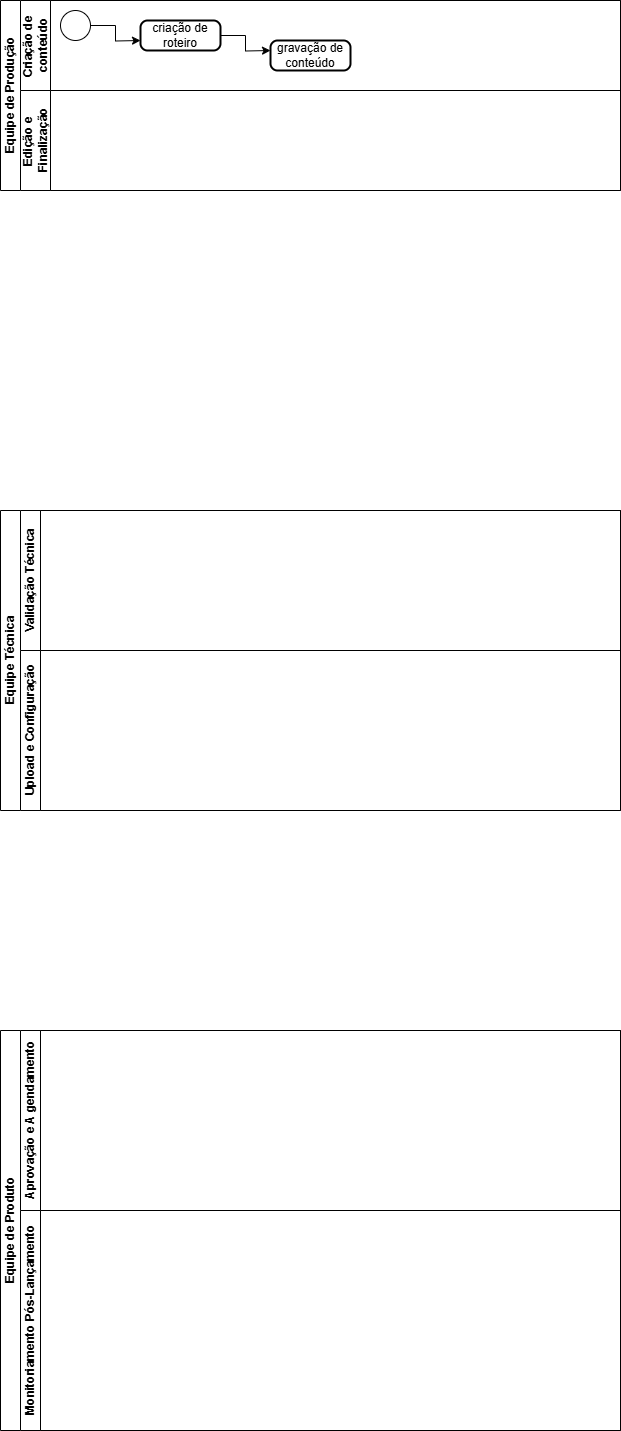
Before: Diagrama 2.0.drawio.png, a diagram exported from draw.io (Andynlx01/fluxograma.aprensa-o). Source tidied: cells renumbered, new cells last; positions are measured from the earlier drawing's top-left corner, leaving out a move shared by most shapes.
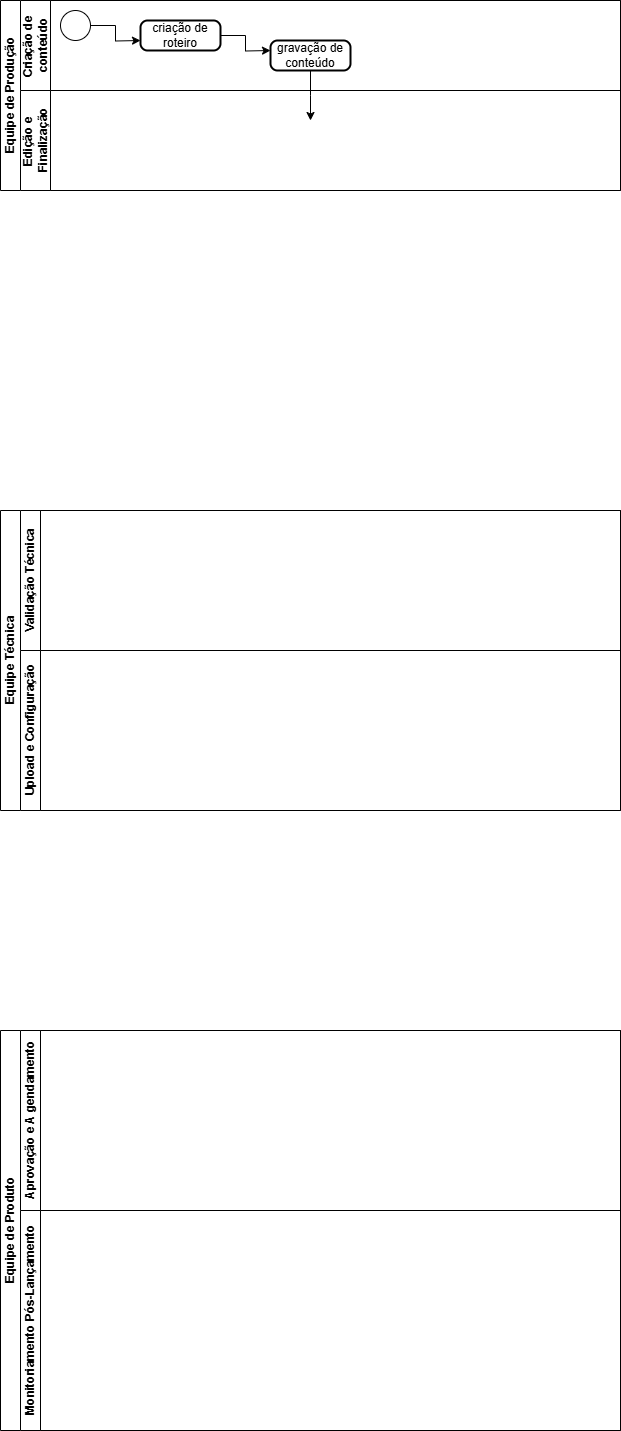
The same diagram one commit later.

The edit, as a diff of the source:
```diff
@@ -24,6 +24,11 @@
     <mxCell id="7" value="criação de roteiro" style="rounded=1;whiteSpace=wrap;html=1;absoluteArcSize=1;arcSize=14;strokeWidth=2;" parent="3" vertex="1">
       <mxGeometry x="120" y="20" width="80" height="30" as="geometry" />
     </mxCell>
+    <mxCell id="16" style="edgeStyle=orthogonalEdgeStyle;rounded=0;jettySize=auto;html=1;" parent="3" edge="1" source="8">
+      <mxGeometry relative="1" as="geometry">
+        <mxPoint x="290" y="120" as="targetPoint" />
+      </mxGeometry>
+    </mxCell>
     <mxCell id="8" value="gravação de conteúdo" style="rounded=1;whiteSpace=wrap;html=1;absoluteArcSize=1;arcSize=14;strokeWidth=2;" parent="3" vertex="1">
       <mxGeometry x="250" y="40" width="80" height="30" as="geometry" />
     </mxCell>
```
